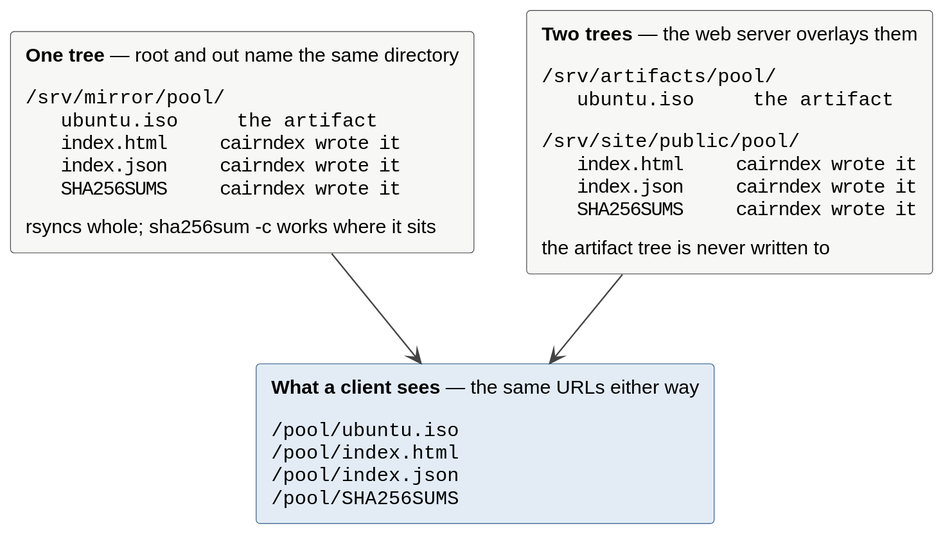
This is docs/diagrams/mirror-overlay.svg from livingstaccato/cairn, a PlantUML export, as it was before one commit.
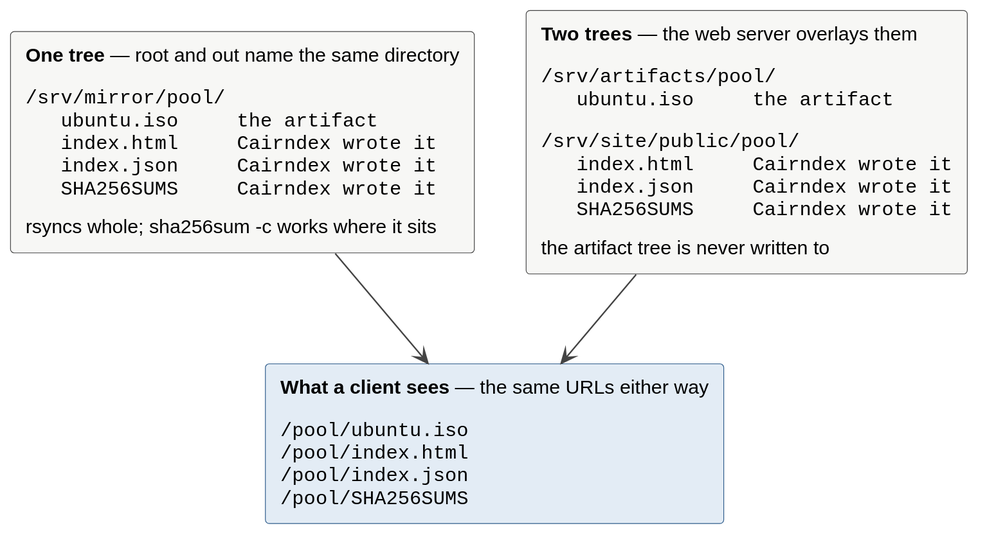
Above is the later version.

Change to the diagram source:
```diff
@@ -7,9 +7,9 @@
 skinparam ArrowColor #444444
 skinparam ArrowFontSize 13
 
-rectangle "**One tree** — root and out name the same directory\n\n""/srv/mirror/pool/""\n""   ubuntu.iso     the artifact""\n""   index.html     cairn wrote it""\n""   index.json     cairn wrote it""\n""   SHA256SUMS     cairn wrote it""\n\nrsyncs whole; sha256sum -c works where it sits" as InPlace #F7F7F5;line:444444
+rectangle "**One tree** — root and out name the same directory\n\n""/srv/mirror/pool/""\n""   ubuntu.iso     the artifact""\n""   index.html     Cairndex wrote it""\n""   index.json     Cairndex wrote it""\n""   SHA256SUMS     Cairndex wrote it""\n\nrsyncs whole; sha256sum -c works where it sits" as InPlace #F7F7F5;line:444444
 
-rectangle "**Two trees** — the web server overlays them\n\n""/srv/artifacts/pool/""\n""   ubuntu.iso     the artifact""\n\n""/srv/site/public/pool/""\n""   index.html     cairn wrote it""\n""   index.json     cairn wrote it""\n""   SHA256SUMS     cairn wrote it""\n\nthe artifact tree is never written to" as Split #F7F7F5;line:444444
+rectangle "**Two trees** — the web server overlays them\n\n""/srv/artifacts/pool/""\n""   ubuntu.iso     the artifact""\n\n""/srv/site/public/pool/""\n""   index.html     Cairndex wrote it""\n""   index.json     Cairndex wrote it""\n""   SHA256SUMS     Cairndex wrote it""\n\nthe artifact tree is never written to" as Split #F7F7F5;line:444444
 
 rectangle "**What a client sees** — the same URLs either way\n\n""/pool/ubuntu.iso""\n""/pool/index.html""\n""/pool/index.json""\n""/pool/SHA256SUMS""" as URLs #E3ECF5;line:2F5D8C
 
```
